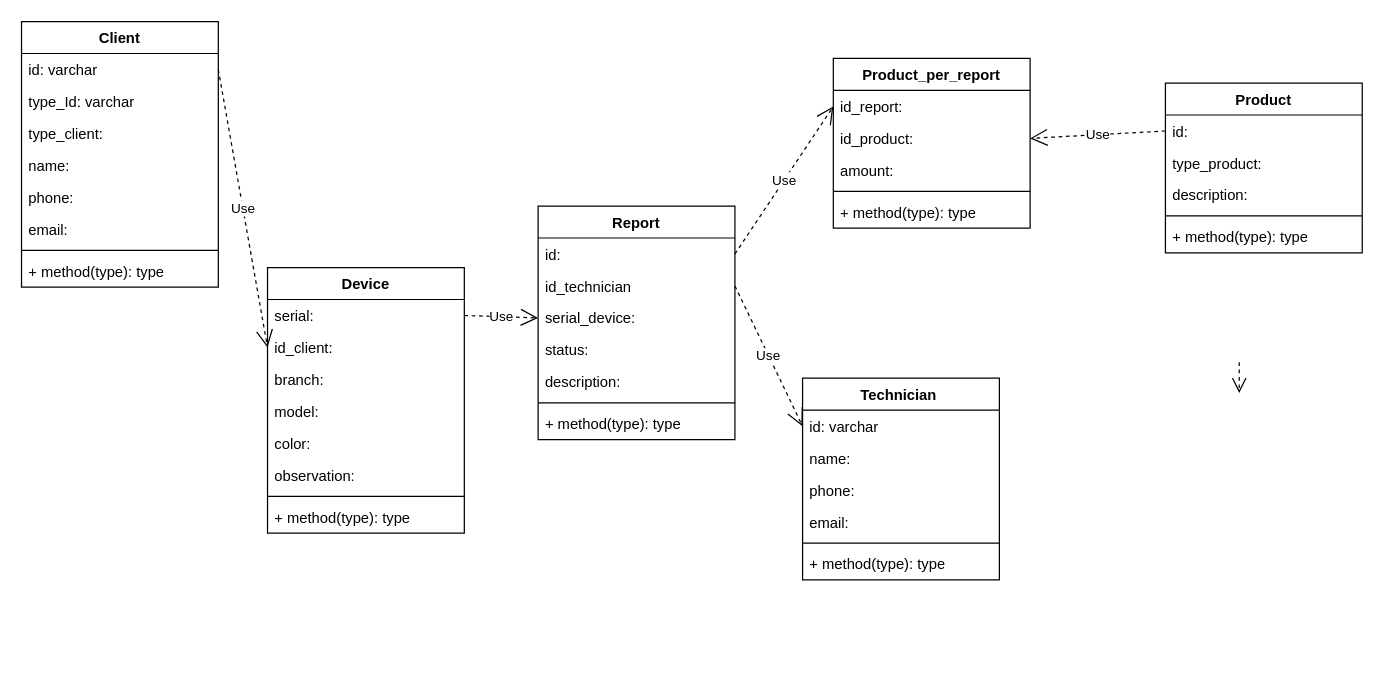
The draw.io diagram projects/tech_support/Tech_support.drawio in Alejo2304/website_projects, before the edit. Source tidied: cells renumbered, new cells numbered last; positions are measured from the earlier drawing's top-left corner, leaving out a move shared by most shapes. Both pictures are drawn from the tidied source at 123%, with x=0, y=0 at pixel (21, 21).
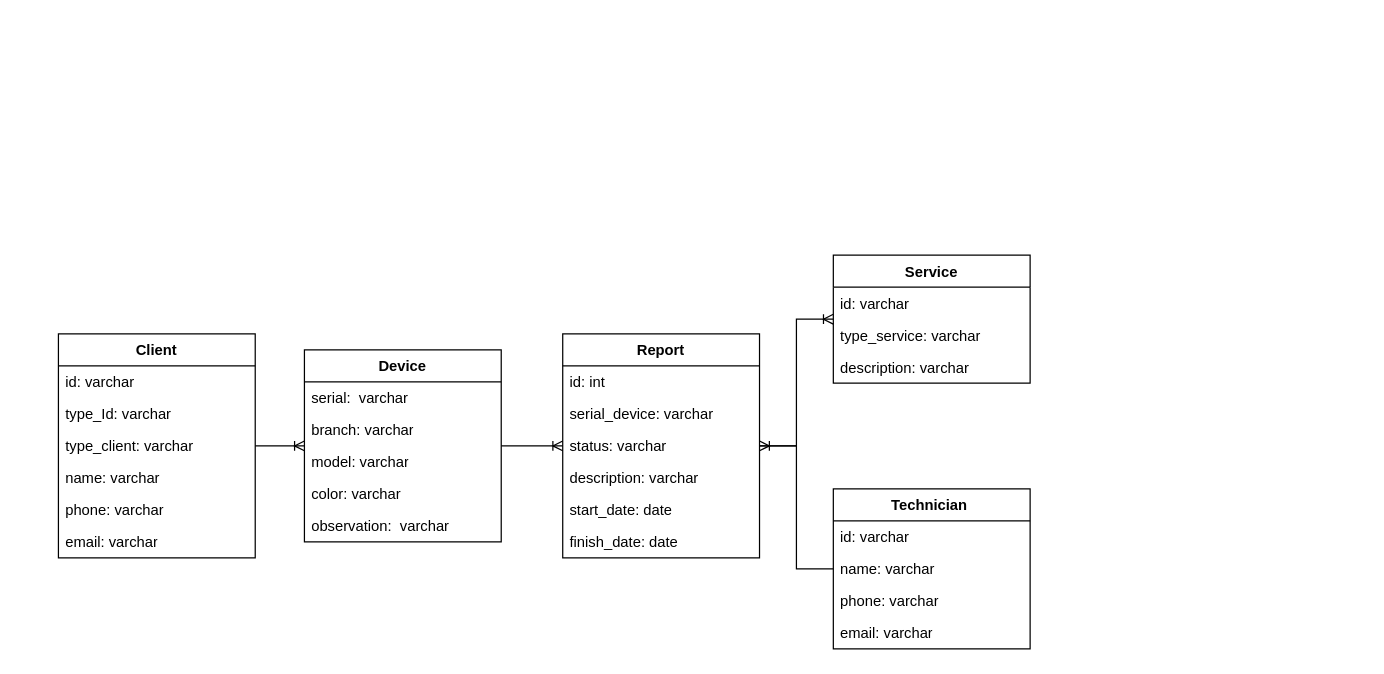
The same page after the edit.

Unchanged cells that the change refers to:
```xml
<mxCell id="4" value="id: varchar" style="text;strokeColor=none;fillColor=none;align=left;verticalAlign=top;spacingLeft=4;spacingRight=4;overflow=hidden;points=[[0,0.5],[1,0.5]];portConstraint=eastwest;whiteSpace=wrap;html=1;" parent="3" vertex="1">
  <mxGeometry y="26" width="160" height="26" as="geometry" />
</mxCell>
<mxCell id="13" value="id: varchar&lt;div&gt;&lt;br/&gt;&lt;/div&gt;" style="text;strokeColor=none;fillColor=none;align=left;verticalAlign=top;spacingLeft=4;spacingRight=4;overflow=hidden;points=[[0,0.5],[1,0.5]];portConstraint=eastwest;whiteSpace=wrap;html=1;" parent="12" vertex="1">
  <mxGeometry y="26" width="160" height="26" as="geometry" />
</mxCell>
```

The edit, as a diff of the source:
```diff
@@
-    <mxCell id="2" style="edgeStyle=orthogonalEdgeStyle;rounded=0;html=1;dashed=1;labelBackgroundColor=none;startFill=0;endArrow=open;endFill=0;endSize=10;fontFamily=Verdana;fontSize=10;" parent="1" edge="1">
-      <mxGeometry relative="1" as="geometry">
-        <mxPoint x="990" y="277" as="sourcePoint" />
-        <mxPoint x="990" y="302" as="targetPoint" />
-      </mxGeometry>
-    </mxCell>
     <mxCell id="3" value="Client" style="swimlane;fontStyle=1;align=center;verticalAlign=top;horizontal=1;startSize=26;whiteSpace=wrap;html=1;" parent="1" vertex="1">
-      <mxGeometry width="160" height="216" as="geometry" />
+      <mxGeometry x="30" y="254" width="160" height="182" as="geometry" />
     </mxCell>
@@
-    <mxCell id="6" value="type_client:" style="text;strokeColor=none;fillColor=none;align=left;verticalAlign=top;spacingLeft=4;spacingRight=4;overflow=hidden;whiteSpace=wrap;html=1;" parent="3" vertex="1">
+    <mxCell id="6" value="type_client: varchar&lt;span style=&quot;white-space: pre;&quot;&gt;&#9;&lt;/span&gt;" style="text;strokeColor=none;fillColor=none;align=left;verticalAlign=top;spacingLeft=4;spacingRight=4;overflow=hidden;whiteSpace=wrap;html=1;" parent="3" vertex="1">
       <mxGeometry y="78" width="160" height="26" as="geometry" />
     </mxCell>
-    <mxCell id="7" value="name:" style="text;strokeColor=none;fillColor=none;align=left;verticalAlign=top;spacingLeft=4;spacingRight=4;overflow=hidden;whiteSpace=wrap;html=1;" parent="3" vertex="1">
+    <mxCell id="7" value="name: varchar" style="text;strokeColor=none;fillColor=none;align=left;verticalAlign=top;spacingLeft=4;spacingRight=4;overflow=hidden;whiteSpace=wrap;html=1;" parent="3" vertex="1">
       <mxGeometry y="104" width="160" height="26" as="geometry" />
     </mxCell>
-    <mxCell id="8" value="phone:" style="text;strokeColor=none;fillColor=none;align=left;verticalAlign=top;spacingLeft=4;spacingRight=4;overflow=hidden;whiteSpace=wrap;html=1;" parent="3" vertex="1">
+    <mxCell id="8" value="phone: varchar" style="text;strokeColor=none;fillColor=none;align=left;verticalAlign=top;spacingLeft=4;spacingRight=4;overflow=hidden;whiteSpace=wrap;html=1;" parent="3" vertex="1">
       <mxGeometry y="130" width="160" height="26" as="geometry" />
     </mxCell>
-    <mxCell id="9" value="email:" style="text;strokeColor=none;fillColor=none;align=left;verticalAlign=top;spacingLeft=4;spacingRight=4;overflow=hidden;whiteSpace=wrap;html=1;" parent="3" vertex="1">
+    <mxCell id="9" value="email: varchar" style="text;strokeColor=none;fillColor=none;align=left;verticalAlign=top;spacingLeft=4;spacingRight=4;overflow=hidden;whiteSpace=wrap;html=1;" parent="3" vertex="1">
       <mxGeometry y="156" width="160" height="26" as="geometry" />
     </mxCell>
-    <mxCell id="10" style="line;strokeWidth=1;fillColor=none;align=left;verticalAlign=middle;spacingTop=-1;spacingLeft=3;spacingRight=3;labelPosition=right;strokeColor=inherit;" parent="3" vertex="1">
-      <mxGeometry y="182" width="160" height="8" as="geometry" />
-    </mxCell>
-    <mxCell id="11" value="+ method(type): type" style="text;strokeColor=none;fillColor=none;align=left;verticalAlign=top;spacingLeft=4;spacingRight=4;overflow=hidden;whiteSpace=wrap;html=1;" parent="3" vertex="1">
-      <mxGeometry y="190" width="160" height="26" as="geometry" />
-    </mxCell>
     <mxCell id="12" value="Technician&amp;nbsp;" style="swimlane;fontStyle=1;align=center;verticalAlign=top;horizontal=1;startSize=26;whiteSpace=wrap;html=1;" parent="1" vertex="1">
-      <mxGeometry x="635" y="290" width="160" height="164" as="geometry" />
+      <mxGeometry x="660" y="380" width="160" height="130" as="geometry" />
     </mxCell>
@@
-    <mxCell id="14" value="name:" style="text;strokeColor=none;fillColor=none;align=left;verticalAlign=top;spacingLeft=4;spacingRight=4;overflow=hidden;whiteSpace=wrap;html=1;" parent="12" vertex="1">
+    <mxCell id="14" value="name: varchar" style="text;strokeColor=none;fillColor=none;align=left;verticalAlign=top;spacingLeft=4;spacingRight=4;overflow=hidden;whiteSpace=wrap;html=1;" parent="12" vertex="1">
       <mxGeometry y="52" width="160" height="26" as="geometry" />
     </mxCell>
-    <mxCell id="15" value="phone:" style="text;strokeColor=none;fillColor=none;align=left;verticalAlign=top;spacingLeft=4;spacingRight=4;overflow=hidden;whiteSpace=wrap;html=1;" parent="12" vertex="1">
+    <mxCell id="15" value="phone: varchar" style="text;strokeColor=none;fillColor=none;align=left;verticalAlign=top;spacingLeft=4;spacingRight=4;overflow=hidden;whiteSpace=wrap;html=1;" parent="12" vertex="1">
       <mxGeometry y="78" width="160" height="26" as="geometry" />
     </mxCell>
-    <mxCell id="16" value="email:" style="text;strokeColor=none;fillColor=none;align=left;verticalAlign=top;spacingLeft=4;spacingRight=4;overflow=hidden;whiteSpace=wrap;html=1;" parent="12" vertex="1">
+    <mxCell id="16" value="email: varchar" style="text;strokeColor=none;fillColor=none;align=left;verticalAlign=top;spacingLeft=4;spacingRight=4;overflow=hidden;whiteSpace=wrap;html=1;" parent="12" vertex="1">
       <mxGeometry y="104" width="160" height="26" as="geometry" />
     </mxCell>
-    <mxCell id="17" style="line;strokeWidth=1;fillColor=none;align=left;verticalAlign=middle;spacingTop=-1;spacingLeft=3;spacingRight=3;labelPosition=right;strokeColor=inherit;" parent="12" vertex="1">
-      <mxGeometry y="130" width="160" height="8" as="geometry" />
-    </mxCell>
-    <mxCell id="18" value="+ method(type): type" style="text;strokeColor=none;fillColor=none;align=left;verticalAlign=top;spacingLeft=4;spacingRight=4;overflow=hidden;whiteSpace=wrap;html=1;" parent="12" vertex="1">
-      <mxGeometry y="138" width="160" height="26" as="geometry" />
-    </mxCell>
     <mxCell id="19" value="Device" style="swimlane;fontStyle=1;align=center;verticalAlign=top;horizontal=1;startSize=26;whiteSpace=wrap;html=1;" parent="1" vertex="1">
-      <mxGeometry x="200" y="200" width="160" height="216" as="geometry" />
+      <mxGeometry x="230" y="267" width="160" height="156" as="geometry" />
     </mxCell>
-    <mxCell id="20" value="serial:&amp;nbsp;&lt;div&gt;&lt;br/&gt;&lt;/div&gt;" style="text;strokeColor=none;fillColor=none;align=left;verticalAlign=top;spacingLeft=4;spacingRight=4;overflow=hidden;points=[[0,0.5],[1,0.5]];portConstraint=eastwest;whiteSpace=wrap;html=1;" parent="19" vertex="1">
+    <mxCell id="20" value="serial:&amp;nbsp; varchar&lt;div&gt;&lt;br&gt;&lt;/div&gt;" style="text;strokeColor=none;fillColor=none;align=left;verticalAlign=top;spacingLeft=4;spacingRight=4;overflow=hidden;points=[[0,0.5],[1,0.5]];portConstraint=eastwest;whiteSpace=wrap;html=1;" parent="19" vertex="1">
       <mxGeometry y="26" width="160" height="26" as="geometry" />
     </mxCell>
-    <mxCell id="21" value="id_client:" style="text;strokeColor=none;fillColor=none;align=left;verticalAlign=top;spacingLeft=4;spacingRight=4;overflow=hidden;points=[[0,0.5],[1,0.5]];portConstraint=eastwest;whiteSpace=wrap;html=1;" parent="19" vertex="1">
-      <mxGeometry y="52" width="160" height="26" as="geometry" />
-    </mxCell>
-    <mxCell id="22" value="branch:&lt;div&gt;&lt;br/&gt;&lt;/div&gt;" style="text;strokeColor=none;fillColor=none;align=left;verticalAlign=top;spacingLeft=4;spacingRight=4;overflow=hidden;whiteSpace=wrap;html=1;" parent="19" vertex="1">
-      <mxGeometry y="78" width="160" height="26" as="geometry" />
+    <mxCell id="22" value="branch: varchar&lt;div&gt;&lt;br&gt;&lt;/div&gt;" style="text;strokeColor=none;fillColor=none;align=left;verticalAlign=top;spacingLeft=4;spacingRight=4;overflow=hidden;whiteSpace=wrap;html=1;" parent="19" vertex="1">
+      <mxGeometry y="52" width="160" height="26" as="geometry" />
     </mxCell>
-    <mxCell id="23" value="model:" style="text;strokeColor=none;fillColor=none;align=left;verticalAlign=top;spacingLeft=4;spacingRight=4;overflow=hidden;whiteSpace=wrap;html=1;" parent="19" vertex="1">
-      <mxGeometry y="104" width="160" height="26" as="geometry" />
+    <mxCell id="23" value="model: varchar" style="text;strokeColor=none;fillColor=none;align=left;verticalAlign=top;spacingLeft=4;spacingRight=4;overflow=hidden;whiteSpace=wrap;html=1;" parent="19" vertex="1">
+      <mxGeometry y="78" width="160" height="26" as="geometry" />
     </mxCell>
-    <mxCell id="24" value="color:" style="text;strokeColor=none;fillColor=none;align=left;verticalAlign=top;spacingLeft=4;spacingRight=4;overflow=hidden;whiteSpace=wrap;html=1;" parent="19" vertex="1">
-      <mxGeometry y="130" width="160" height="26" as="geometry" />
+    <mxCell id="24" value="color: varchar" style="text;strokeColor=none;fillColor=none;align=left;verticalAlign=top;spacingLeft=4;spacingRight=4;overflow=hidden;whiteSpace=wrap;html=1;" parent="19" vertex="1">
+      <mxGeometry y="104" width="160" height="26" as="geometry" />
     </mxCell>
-    <mxCell id="25" value="observation:&amp;nbsp;" style="text;strokeColor=none;fillColor=none;align=left;verticalAlign=top;spacingLeft=4;spacingRight=4;overflow=hidden;whiteSpace=wrap;html=1;" parent="19" vertex="1">
-      <mxGeometry y="156" width="160" height="26" as="geometry" />
+    <mxCell id="25" value="observation:&amp;nbsp; varchar" style="text;strokeColor=none;fillColor=none;align=left;verticalAlign=top;spacingLeft=4;spacingRight=4;overflow=hidden;whiteSpace=wrap;html=1;" parent="19" vertex="1">
+      <mxGeometry y="130" width="160" height="26" as="geometry" />
     </mxCell>
-    <mxCell id="26" style="line;strokeWidth=1;fillColor=none;align=left;verticalAlign=middle;spacingTop=-1;spacingLeft=3;spacingRight=3;labelPosition=right;strokeColor=inherit;" parent="19" vertex="1">
-      <mxGeometry y="182" width="160" height="8" as="geometry" />
-    </mxCell>
-    <mxCell id="27" value="+ method(type): type" style="text;strokeColor=none;fillColor=none;align=left;verticalAlign=top;spacingLeft=4;spacingRight=4;overflow=hidden;whiteSpace=wrap;html=1;" parent="19" vertex="1">
-      <mxGeometry y="190" width="160" height="26" as="geometry" />
-    </mxCell>
     <mxCell id="28" value="Report" style="swimlane;fontStyle=1;align=center;verticalAlign=top;horizontal=1;startSize=26;whiteSpace=wrap;html=1;" parent="1" vertex="1">
-      <mxGeometry x="420" y="150" width="160" height="190" as="geometry" />
+      <mxGeometry x="440" y="254" width="160" height="182" as="geometry" />
     </mxCell>
-    <mxCell id="29" value="id:" style="text;strokeColor=none;fillColor=none;align=left;verticalAlign=top;spacingLeft=4;spacingRight=4;overflow=hidden;points=[[0,0.5],[1,0.5]];portConstraint=eastwest;whiteSpace=wrap;html=1;" parent="28" vertex="1">
+    <mxCell id="29" value="id: int" style="text;strokeColor=none;fillColor=none;align=left;verticalAlign=top;spacingLeft=4;spacingRight=4;overflow=hidden;points=[[0,0.5],[1,0.5]];portConstraint=eastwest;whiteSpace=wrap;html=1;" parent="28" vertex="1">
       <mxGeometry y="26" width="160" height="26" as="geometry" />
     </mxCell>
-    <mxCell id="30" value="id_technician" style="text;strokeColor=none;fillColor=none;align=left;verticalAlign=top;spacingLeft=4;spacingRight=4;overflow=hidden;points=[[0,0.5],[1,0.5]];portConstraint=eastwest;whiteSpace=wrap;html=1;" parent="28" vertex="1">
-      <mxGeometry y="52" width="160" height="26" as="geometry" />
-    </mxCell>
-    <mxCell id="31" value="serial_device:" style="text;strokeColor=none;fillColor=none;align=left;verticalAlign=top;spacingLeft=4;spacingRight=4;overflow=hidden;points=[[0,0.5],[1,0.5]];portConstraint=eastwest;whiteSpace=wrap;html=1;" parent="28" vertex="1">
-      <mxGeometry y="78" width="160" height="26" as="geometry" />
+    <mxCell id="31" value="serial_device: varchar" style="text;strokeColor=none;fillColor=none;align=left;verticalAlign=top;spacingLeft=4;spacingRight=4;overflow=hidden;points=[[0,0.5],[1,0.5]];portConstraint=eastwest;whiteSpace=wrap;html=1;" parent="28" vertex="1">
+      <mxGeometry y="52" width="160" height="26" as="geometry" />
     </mxCell>
-    <mxCell id="32" value="status:&lt;br&gt;&lt;span style=&quot;white-space: pre;&quot;&gt;&#9;&lt;/span&gt;&lt;span style=&quot;white-space: pre;&quot;&gt;&#9;&lt;/span&gt;&lt;span style=&quot;white-space: pre;&quot;&gt;&#9;&lt;/span&gt;&lt;span style=&quot;white-space: pre;&quot;&gt;&#9;&lt;/span&gt;&lt;span style=&quot;white-space: pre;&quot;&gt;&#9;&lt;/span&gt;&lt;span style=&quot;white-space: pre;&quot;&gt;&#9;&lt;/span&gt;&lt;span style=&quot;white-space: pre;&quot;&gt;&#9;&lt;/span&gt;" style="text;strokeColor=none;fillColor=none;align=left;verticalAlign=top;spacingLeft=4;spacingRight=4;overflow=hidden;whiteSpace=wrap;html=1;" parent="28" vertex="1">
-      <mxGeometry y="104" width="160" height="26" as="geometry" />
+    <mxCell id="32" value="status: varchar&lt;br&gt;&lt;span style=&quot;white-space: pre;&quot;&gt;&#9;&lt;/span&gt;&lt;span style=&quot;white-space: pre;&quot;&gt;&#9;&lt;/span&gt;&lt;span style=&quot;white-space: pre;&quot;&gt;&#9;&lt;/span&gt;&lt;span style=&quot;white-space: pre;&quot;&gt;&#9;&lt;/span&gt;&lt;span style=&quot;white-space: pre;&quot;&gt;&#9;&lt;/span&gt;&lt;span style=&quot;white-space: pre;&quot;&gt;&#9;&lt;/span&gt;&lt;span style=&quot;white-space: pre;&quot;&gt;&#9;&lt;/span&gt;" style="text;strokeColor=none;fillColor=none;align=left;verticalAlign=top;spacingLeft=4;spacingRight=4;overflow=hidden;whiteSpace=wrap;html=1;" parent="28" vertex="1">
+      <mxGeometry y="78" width="160" height="26" as="geometry" />
     </mxCell>
-    <mxCell id="33" value="description:" style="text;strokeColor=none;fillColor=none;align=left;verticalAlign=top;spacingLeft=4;spacingRight=4;overflow=hidden;whiteSpace=wrap;html=1;" parent="28" vertex="1">
-      <mxGeometry y="130" width="160" height="26" as="geometry" />
+    <mxCell id="33" value="description: varchar" style="text;strokeColor=none;fillColor=none;align=left;verticalAlign=top;spacingLeft=4;spacingRight=4;overflow=hidden;whiteSpace=wrap;html=1;" parent="28" vertex="1">
+      <mxGeometry y="104" width="160" height="26" as="geometry" />
     </mxCell>
-    <mxCell id="34" style="line;strokeWidth=1;fillColor=none;align=left;verticalAlign=middle;spacingTop=-1;spacingLeft=3;spacingRight=3;labelPosition=right;strokeColor=inherit;" parent="28" vertex="1">
-      <mxGeometry y="156" width="160" height="8" as="geometry" />
-    </mxCell>
-    <mxCell id="35" value="+ method(type): type" style="text;strokeColor=none;fillColor=none;align=left;verticalAlign=top;spacingLeft=4;spacingRight=4;overflow=hidden;whiteSpace=wrap;html=1;" parent="28" vertex="1">
-      <mxGeometry y="164" width="160" height="26" as="geometry" />
-    </mxCell>
+    <mxCell id="53" value="start_date: date&lt;div&gt;&lt;span style=&quot;white-space: pre;&quot;&gt;&#9;&lt;/span&gt;&amp;nbsp;&lt;br&gt;&lt;/div&gt;" style="text;strokeColor=none;fillColor=none;align=left;verticalAlign=top;spacingLeft=4;spacingRight=4;overflow=hidden;whiteSpace=wrap;html=1;" parent="28" vertex="1">
+      <mxGeometry y="130" width="160" height="26" as="geometry" />
+    </mxCell>
+    <mxCell id="54" value="finish_date: date" style="text;strokeColor=none;fillColor=none;align=left;verticalAlign=top;spacingLeft=4;spacingRight=4;overflow=hidden;whiteSpace=wrap;html=1;" parent="28" vertex="1">
+      <mxGeometry y="156" width="160" height="26" as="geometry" />
+    </mxCell>
-    <mxCell id="36" value="Product" style="swimlane;fontStyle=1;align=center;verticalAlign=top;horizontal=1;startSize=26;whiteSpace=wrap;html=1;" parent="1" vertex="1">
-      <mxGeometry x="930" y="50" width="160" height="138" as="geometry" />
+    <mxCell id="36" value="Service" style="swimlane;fontStyle=1;align=center;verticalAlign=top;horizontal=1;startSize=26;whiteSpace=wrap;html=1;" parent="1" vertex="1">
+      <mxGeometry x="660" y="190" width="160" height="104" as="geometry" />
     </mxCell>
-    <mxCell id="37" value="id:&amp;nbsp;&lt;div&gt;&lt;br/&gt;&lt;/div&gt;" style="text;strokeColor=none;fillColor=none;align=left;verticalAlign=top;spacingLeft=4;spacingRight=4;overflow=hidden;points=[[0,0.5],[1,0.5]];portConstraint=eastwest;whiteSpace=wrap;html=1;" parent="36" vertex="1">
+    <mxCell id="37" value="id: varchar&amp;nbsp;&lt;div&gt;&lt;br&gt;&lt;/div&gt;" style="text;strokeColor=none;fillColor=none;align=left;verticalAlign=top;spacingLeft=4;spacingRight=4;overflow=hidden;points=[[0,0.5],[1,0.5]];portConstraint=eastwest;whiteSpace=wrap;html=1;" parent="36" vertex="1">
       <mxGeometry y="26" width="160" height="26" as="geometry" />
     </mxCell>
-    <mxCell id="38" value="type_product:" style="text;strokeColor=none;fillColor=none;align=left;verticalAlign=top;spacingLeft=4;spacingRight=4;overflow=hidden;whiteSpace=wrap;html=1;" parent="36" vertex="1">
+    <mxCell id="38" value="type_service: varchar" style="text;strokeColor=none;fillColor=none;align=left;verticalAlign=top;spacingLeft=4;spacingRight=4;overflow=hidden;whiteSpace=wrap;html=1;" parent="36" vertex="1">
       <mxGeometry y="52" width="160" height="26" as="geometry" />
     </mxCell>
-    <mxCell id="39" value="description:" style="text;strokeColor=none;fillColor=none;align=left;verticalAlign=top;spacingLeft=4;spacingRight=4;overflow=hidden;whiteSpace=wrap;html=1;" parent="36" vertex="1">
+    <mxCell id="39" value="description: varchar" style="text;strokeColor=none;fillColor=none;align=left;verticalAlign=top;spacingLeft=4;spacingRight=4;overflow=hidden;whiteSpace=wrap;html=1;" parent="36" vertex="1">
       <mxGeometry y="78" width="160" height="26" as="geometry" />
     </mxCell>
-    <mxCell id="40" style="line;strokeWidth=1;fillColor=none;align=left;verticalAlign=middle;spacingTop=-1;spacingLeft=3;spacingRight=3;labelPosition=right;strokeColor=inherit;" parent="36" vertex="1">
-      <mxGeometry y="104" width="160" height="8" as="geometry" />
-    </mxCell>
-    <mxCell id="41" value="+ method(type): type" style="text;strokeColor=none;fillColor=none;align=left;verticalAlign=top;spacingLeft=4;spacingRight=4;overflow=hidden;whiteSpace=wrap;html=1;" parent="36" vertex="1">
-      <mxGeometry y="112" width="160" height="26" as="geometry" />
-    </mxCell>
-    <mxCell id="42" value="Product_per_report" style="swimlane;fontStyle=1;align=center;verticalAlign=top;horizontal=1;startSize=26;whiteSpace=wrap;html=1;" parent="1" vertex="1">
-      <mxGeometry x="660" y="30" width="160" height="138" as="geometry" />
-    </mxCell>
-    <mxCell id="43" value="id_report:" style="text;strokeColor=none;fillColor=none;align=left;verticalAlign=top;spacingLeft=4;spacingRight=4;overflow=hidden;points=[[0,0.5],[1,0.5]];portConstraint=eastwest;whiteSpace=wrap;html=1;" parent="42" vertex="1">
-      <mxGeometry y="26" width="160" height="26" as="geometry" />
-    </mxCell>
-    <mxCell id="44" value="id_product:" style="text;strokeColor=none;fillColor=none;align=left;verticalAlign=top;spacingLeft=4;spacingRight=4;overflow=hidden;points=[[0,0.5],[1,0.5]];portConstraint=eastwest;whiteSpace=wrap;html=1;" parent="42" vertex="1">
-      <mxGeometry y="52" width="160" height="26" as="geometry" />
-    </mxCell>
-    <mxCell id="45" value="amount:" style="text;strokeColor=none;fillColor=none;align=left;verticalAlign=top;spacingLeft=4;spacingRight=4;overflow=hidden;whiteSpace=wrap;html=1;" parent="42" vertex="1">
-      <mxGeometry y="78" width="160" height="26" as="geometry" />
-    </mxCell>
-    <mxCell id="46" style="line;strokeWidth=1;fillColor=none;align=left;verticalAlign=middle;spacingTop=-1;spacingLeft=3;spacingRight=3;labelPosition=right;strokeColor=inherit;" parent="42" vertex="1">
-      <mxGeometry y="104" width="160" height="8" as="geometry" />
-    </mxCell>
-    <mxCell id="47" value="+ method(type): type" style="text;strokeColor=none;fillColor=none;align=left;verticalAlign=top;spacingLeft=4;spacingRight=4;overflow=hidden;whiteSpace=wrap;html=1;" parent="42" vertex="1">
-      <mxGeometry y="112" width="160" height="26" as="geometry" />
-    </mxCell>
-    <mxCell id="48" value="Use" style="endArrow=open;endSize=12;dashed=1;html=1;rounded=0;exitX=1;exitY=0.5;exitDx=0;exitDy=0;entryX=0;entryY=0.5;entryDx=0;entryDy=0;" parent="1" edge="1" source="29" target="43">
-      <mxGeometry relative="1" as="geometry" />
-    </mxCell>
-    <mxCell id="49" value="Use" style="endArrow=open;endSize=12;dashed=1;html=1;rounded=0;exitX=0;exitY=0.5;exitDx=0;exitDy=0;entryX=1;entryY=0.5;entryDx=0;entryDy=0;" parent="1" edge="1" source="37" target="44">
-      <mxGeometry relative="1" as="geometry" />
-    </mxCell>
-    <mxCell id="50" value="Use" style="endArrow=open;endSize=12;dashed=1;html=1;rounded=0;exitX=1;exitY=0.5;exitDx=0;exitDy=0;entryX=0;entryY=0.5;entryDx=0;entryDy=0;" parent="1" edge="1" source="30" target="13">
-      <mxGeometry relative="1" as="geometry" />
-    </mxCell>
-    <mxCell id="51" value="Use" style="endArrow=open;endSize=12;dashed=1;html=1;rounded=0;exitX=1;exitY=0.5;exitDx=0;exitDy=0;entryX=0;entryY=0.5;entryDx=0;entryDy=0;" parent="1" edge="1" source="4" target="21">
-      <mxGeometry relative="1" as="geometry" />
-    </mxCell>
-    <mxCell id="52" value="Use" style="endArrow=open;endSize=12;dashed=1;html=1;rounded=0;exitX=1;exitY=0.5;exitDx=0;exitDy=0;entryX=0;entryY=0.5;entryDx=0;entryDy=0;" parent="1" edge="1" source="20" target="31">
-      <mxGeometry relative="1" as="geometry" />
-    </mxCell>
+    <mxCell id="55" style="edgeStyle=entityRelationEdgeStyle;fontSize=12;html=1;endArrow=ERoneToMany;rounded=0;" parent="1" edge="1" source="3" target="19">
+      <mxGeometry relative="1" as="geometry" />
+    </mxCell>
+    <mxCell id="56" style="edgeStyle=entityRelationEdgeStyle;fontSize=12;html=1;endArrow=ERoneToMany;rounded=0;" parent="1" edge="1" source="19" target="28">
+      <mxGeometry relative="1" as="geometry" />
+    </mxCell>
+    <mxCell id="57" style="edgeStyle=entityRelationEdgeStyle;fontSize=12;html=1;endArrow=ERoneToMany;rounded=0;" parent="1" edge="1" source="12" target="28">
+      <mxGeometry relative="1" as="geometry" />
+    </mxCell>
+    <mxCell id="58" style="edgeStyle=entityRelationEdgeStyle;fontSize=12;html=1;endArrow=ERoneToMany;rounded=0;" parent="1" edge="1" source="28" target="36">
+      <mxGeometry relative="1" as="geometry" />
+    </mxCell>
```
